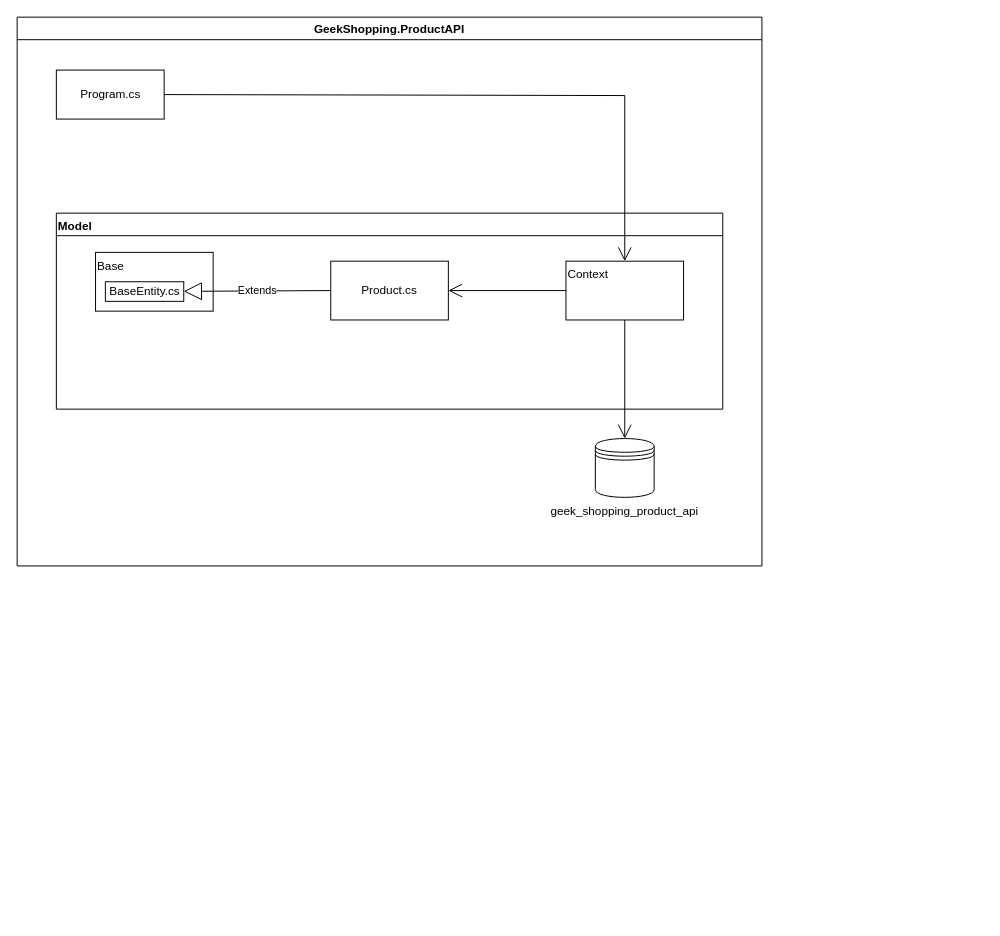
The draw.io diagram GeekShopping/Docs/GeekShopping.ProductAPI.drawio in giovanesd/erudio-microservices-dotnet6, before the edit. Source tidied: cells renumbered, new cells numbered last; positions are measured from the earlier drawing's top-left corner, leaving out a move shared by most shapes. Both pictures are drawn from the tidied source at 98%, with x=0, y=0 at pixel (17, 17).
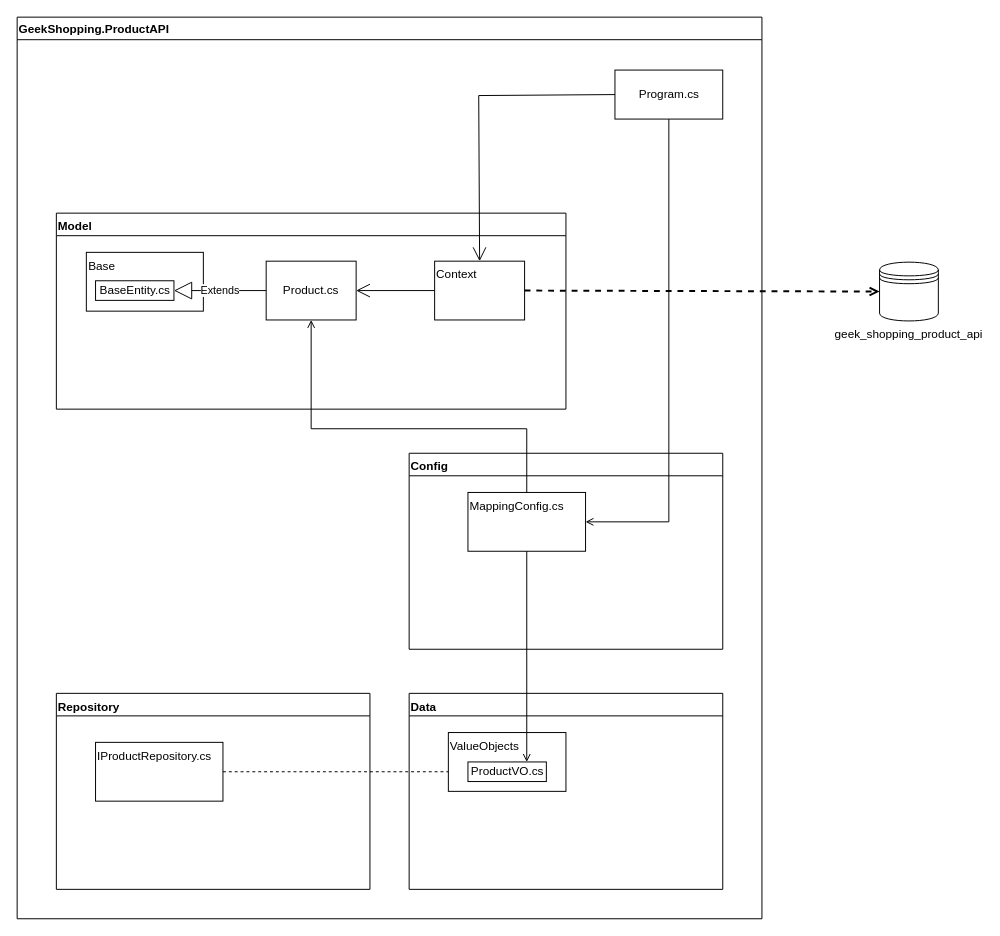
Above is the later version.

Commit message (it also covers changes not shown here):
MS ProductAPI: Creating VOs and configuring AutoMapper.

Change to the diagram source:
```diff
@@
-    <mxCell id="2" value="GeekShopping.ProductAPI" style="swimlane;" parent="1" vertex="1">
-      <mxGeometry width="760" height="560" as="geometry" />
-    </mxCell>
-    <mxCell id="3" value="Program.cs" style="html=1;" parent="2" vertex="1">
-      <mxGeometry x="40" y="54" width="110" height="50" as="geometry" />
-    </mxCell>
-    <mxCell id="4" value="geek_shopping_product_api" style="shape=datastore;html=1;verticalAlign=top;horizontal=1;whiteSpace=wrap;labelPosition=center;verticalLabelPosition=bottom;align=center;" parent="2" vertex="1">
-      <mxGeometry x="590" y="430" width="60" height="60" as="geometry" />
-    </mxCell>
     <mxCell id="5" style="group;align=left;verticalAlign=top;" parent="1" vertex="1">
-      <mxGeometry x="40" y="200" width="680" height="200" as="geometry" />
+      <mxGeometry x="40" y="200" width="520" height="200" as="geometry" />
     </mxCell>
     <mxCell id="6" value="Context" style="rounded=0;whiteSpace=wrap;html=1;align=left;verticalAlign=top;" parent="5" vertex="1">
-      <mxGeometry x="520" y="49" width="120" height="60" as="geometry" />
+      <mxGeometry x="386" y="49" width="91.8" height="60" as="geometry" />
     </mxCell>
     <mxCell id="7" value="Base" style="rounded=0;whiteSpace=wrap;html=1;align=left;verticalAlign=top;" parent="5" vertex="1">
-      <mxGeometry x="40" y="40" width="120" height="60" as="geometry" />
+      <mxGeometry x="30.6" y="40" width="119.4" height="60" as="geometry" />
     </mxCell>
     <mxCell id="8" value="Model" style="swimlane;align=left;verticalAlign=top;horizontal=1;" parent="5" vertex="1">
-      <mxGeometry width="680" height="200" as="geometry" />
+      <mxGeometry width="520" height="200" as="geometry" />
     </mxCell>
     <mxCell id="9" value="Product.cs" style="rounded=0;whiteSpace=wrap;html=1;" parent="5" vertex="1">
-      <mxGeometry x="280" y="49" width="120" height="60" as="geometry" />
+      <mxGeometry x="214.1" y="49" width="91.8" height="60" as="geometry" />
     </mxCell>
@@
     <mxCell id="11" value="BaseEntity.cs" style="html=1;" parent="5" vertex="1">
-      <mxGeometry x="50" y="70" width="80" height="20" as="geometry" />
+      <mxGeometry x="40" y="69" width="80" height="20" as="geometry" />
     </mxCell>
@@
+    <mxCell id="2" value="GeekShopping.ProductAPI" style="swimlane;align=left;" parent="1" vertex="1">
+      <mxGeometry width="760" height="920" as="geometry" />
+    </mxCell>
+    <mxCell id="15" value="Config" style="swimlane;whiteSpace=wrap;html=1;align=left;verticalAlign=top;" parent="2" vertex="1">
+      <mxGeometry x="400" y="445" width="320" height="200" as="geometry" />
+    </mxCell>
+    <mxCell id="16" value="MappingConfig.cs" style="rounded=0;whiteSpace=wrap;html=1;align=left;verticalAlign=top;" parent="15" vertex="1">
+      <mxGeometry x="60" y="40" width="120" height="60" as="geometry" />
+    </mxCell>
+    <mxCell id="3" value="Program.cs" style="html=1;" parent="2" vertex="1">
+      <mxGeometry x="610" y="54" width="110" height="50" as="geometry" />
+    </mxCell>
+    <mxCell id="17" value="Repository" style="swimlane;whiteSpace=wrap;html=1;align=left;verticalAlign=top;" parent="2" vertex="1">
+      <mxGeometry x="40" y="690" width="320" height="200" as="geometry" />
+    </mxCell>
+    <mxCell id="18" value="IProductRepository.cs" style="rounded=0;whiteSpace=wrap;html=1;align=left;verticalAlign=top;" parent="17" vertex="1">
+      <mxGeometry x="40" y="50" width="130" height="60" as="geometry" />
+    </mxCell>
+    <mxCell id="19" style="endArrow=open;endFill=1;endSize=12;html=1;rounded=0;exitX=1;exitY=0.5;exitDx=0;exitDy=0;dashed=1;" parent="2" edge="1" source="18" target="23">
+      <mxGeometry relative="1" as="geometry" />
+    </mxCell>
+    <mxCell id="20" style="edgeStyle=orthogonalEdgeStyle;rounded=0;jettySize=auto;html=1;exitX=0.5;exitY=1;exitDx=0;exitDy=0;entryX=1;entryY=0.5;entryDx=0;entryDy=0;endArrow=open;endFill=0;" parent="2" edge="1" source="3" target="16">
+      <mxGeometry relative="1" as="geometry" />
+    </mxCell>
+    <mxCell id="21" value="Data" style="swimlane;whiteSpace=wrap;html=1;align=left;verticalAlign=top;" parent="2" vertex="1">
+      <mxGeometry x="400" y="690" width="320" height="200" as="geometry" />
+    </mxCell>
+    <mxCell id="22" value="ValueObjects" style="rounded=0;whiteSpace=wrap;html=1;align=left;verticalAlign=top;" parent="21" vertex="1">
+      <mxGeometry x="40" y="40" width="120" height="60" as="geometry" />
+    </mxCell>
+    <mxCell id="23" value="ProductVO.cs" style="html=1;" parent="21" vertex="1">
+      <mxGeometry x="60" y="70" width="80" height="20" as="geometry" />
+    </mxCell>
+    <mxCell id="24" style="edgeStyle=orthogonalEdgeStyle;rounded=0;jettySize=auto;html=1;exitX=0.5;exitY=1;exitDx=0;exitDy=0;entryX=0.75;entryY=0;entryDx=0;entryDy=0;endArrow=open;endFill=0;" parent="2" edge="1" source="16" target="23">
+      <mxGeometry relative="1" as="geometry" />
+    </mxCell>
-    <mxCell id="13" style="endArrow=open;endFill=1;endSize=12;html=1;rounded=0;entryX=0.5;entryY=0;entryDx=0;entryDy=0;exitX=1;exitY=0.5;exitDx=0;exitDy=0;" parent="1" edge="1" source="3" target="6">
+    <mxCell id="13" style="endArrow=open;endFill=1;endSize=12;html=1;rounded=0;entryX=0.5;entryY=0;entryDx=0;entryDy=0;exitX=0;exitY=0.5;exitDx=0;exitDy=0;" parent="1" edge="1" source="3" target="6">
       <mxGeometry relative="1" as="geometry">
         <Array as="points">
-          <mxPoint x="620" y="80" />
+          <mxPoint x="471" y="80" />
         </Array>
       </mxGeometry>
     </mxCell>
-    <mxCell id="14" style="endArrow=open;endFill=1;endSize=12;html=1;rounded=0;entryX=0.5;entryY=0;entryDx=0;entryDy=0;exitX=0.5;exitY=1;exitDx=0;exitDy=0;" parent="1" edge="1" source="6" target="4">
+    <mxCell id="14" style="endArrow=open;endFill=1;html=1;rounded=0;entryX=0;entryY=0.5;entryDx=0;entryDy=0;exitX=1;exitY=0.5;exitDx=0;exitDy=0;dashed=1;strokeWidth=2;" parent="1" edge="1" source="6" target="4">
       <mxGeometry relative="1" as="geometry" />
     </mxCell>
+    <mxCell id="4" value="geek_shopping_product_api" style="shape=datastore;html=1;verticalAlign=top;horizontal=1;whiteSpace=wrap;labelPosition=center;verticalLabelPosition=bottom;align=center;" parent="1" vertex="1">
+      <mxGeometry x="880" y="250" width="60" height="60" as="geometry" />
+    </mxCell>
+    <mxCell id="25" style="edgeStyle=orthogonalEdgeStyle;rounded=0;jettySize=auto;html=1;exitX=0.5;exitY=1;exitDx=0;exitDy=0;strokeWidth=1;endArrow=none;endFill=0;startArrow=open;startFill=0;" parent="1" edge="1" source="9" target="16">
+      <mxGeometry relative="1" as="geometry">
+        <Array as="points">
+          <mxPoint x="300" y="420" />
+          <mxPoint x="520" y="420" />
+        </Array>
+      </mxGeometry>
+    </mxCell>
```
